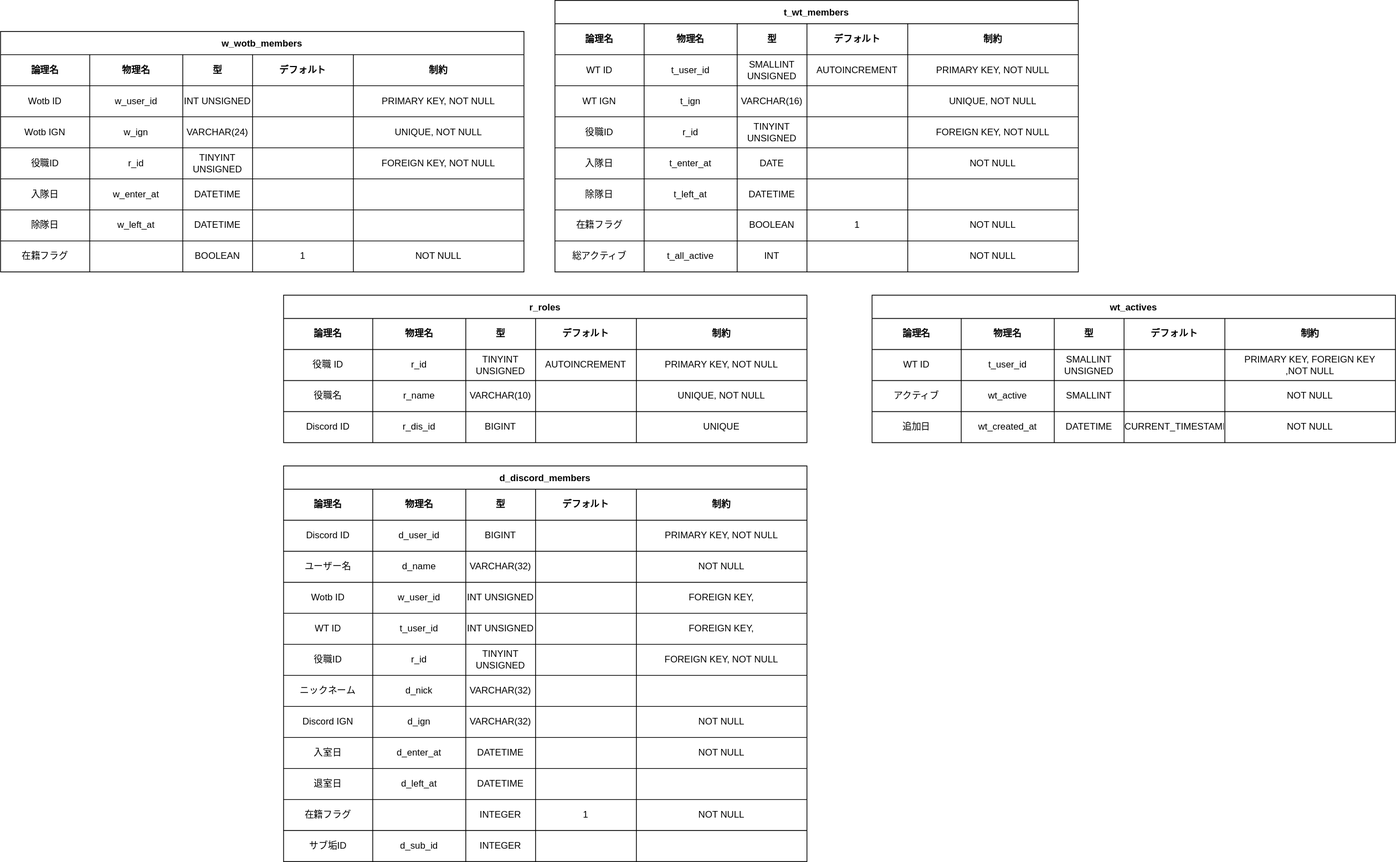
This is doc/DB-Butsuri.drawio.svg from otazero/ClanManagementDiscordBot, a draw.io export, as it was before one commit. Source tidied: cells renumbered, new cells last; positions are measured from the earlier drawing's top-left corner, leaving out a move shared by most shapes.
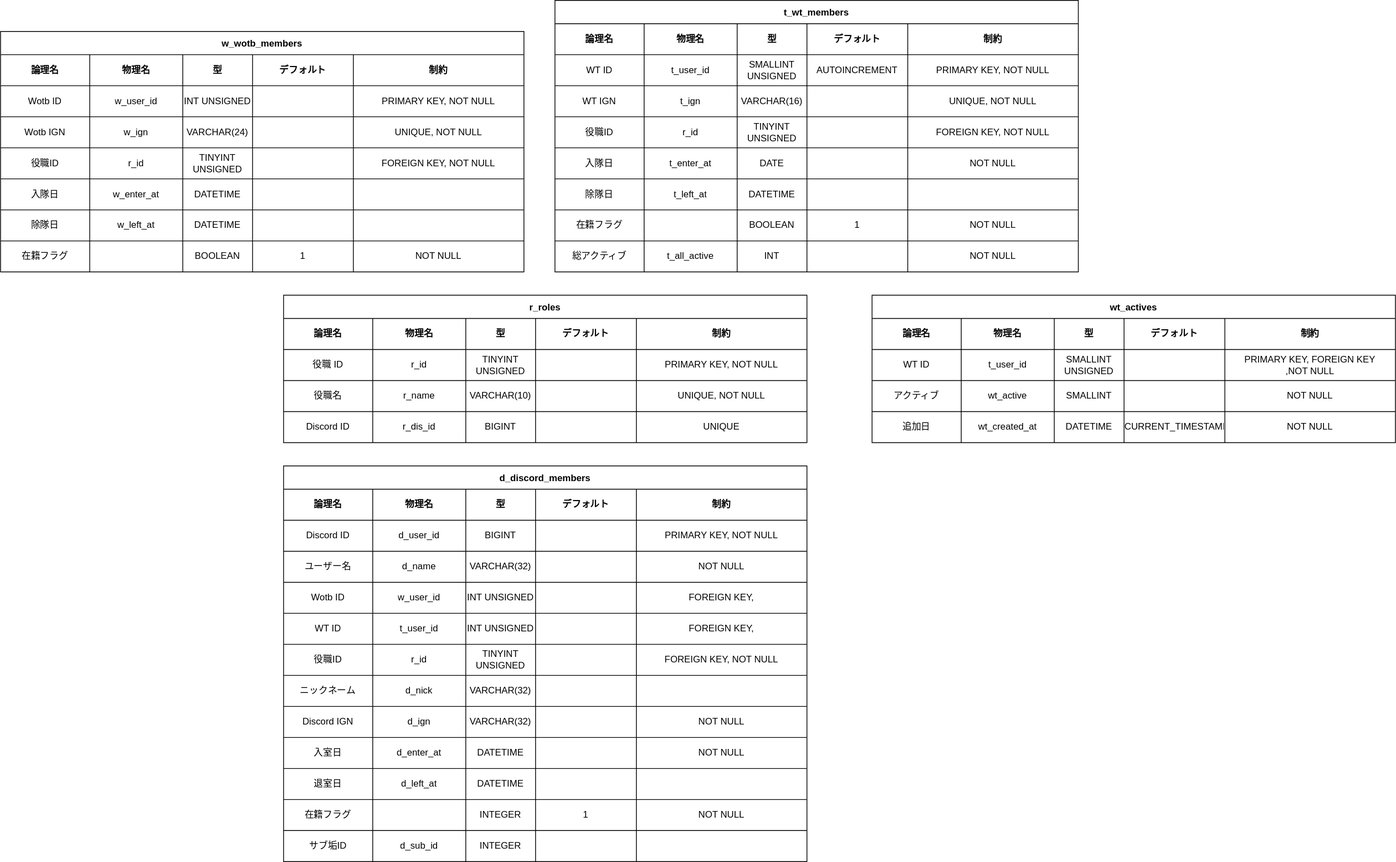
The same file after the commit.

Commit message:
ロールIDを手動に

What changed in the source:
```diff
@@ -326,7 +326,7 @@
     <mxCell id="109" value="TINYINT UNSIGNED" style="shape=partialRectangle;html=1;whiteSpace=wrap;fillColor=none;top=0;left=0;bottom=0;right=0;overflow=hidden;" parent="106" vertex="1">
       <mxGeometry x="235" width="90" height="40" as="geometry" />
     </mxCell>
-    <mxCell id="110" value="AUTOINCREMENT" style="shape=partialRectangle;html=1;whiteSpace=wrap;fillColor=none;top=0;left=0;bottom=0;right=0;overflow=hidden;" parent="106" vertex="1">
+    <mxCell id="110" style="shape=partialRectangle;html=1;whiteSpace=wrap;fillColor=none;top=0;left=0;bottom=0;right=0;overflow=hidden;" parent="106" vertex="1">
       <mxGeometry x="325" width="130" height="40" as="geometry" />
     </mxCell>
     <mxCell id="111" value="&lt;span&gt;PRIMARY KEY, NOT NULL&lt;/span&gt;" style="shape=partialRectangle;html=1;whiteSpace=wrap;fillColor=none;top=0;left=0;bottom=0;right=0;overflow=hidden;" parent="106" vertex="1">
```
